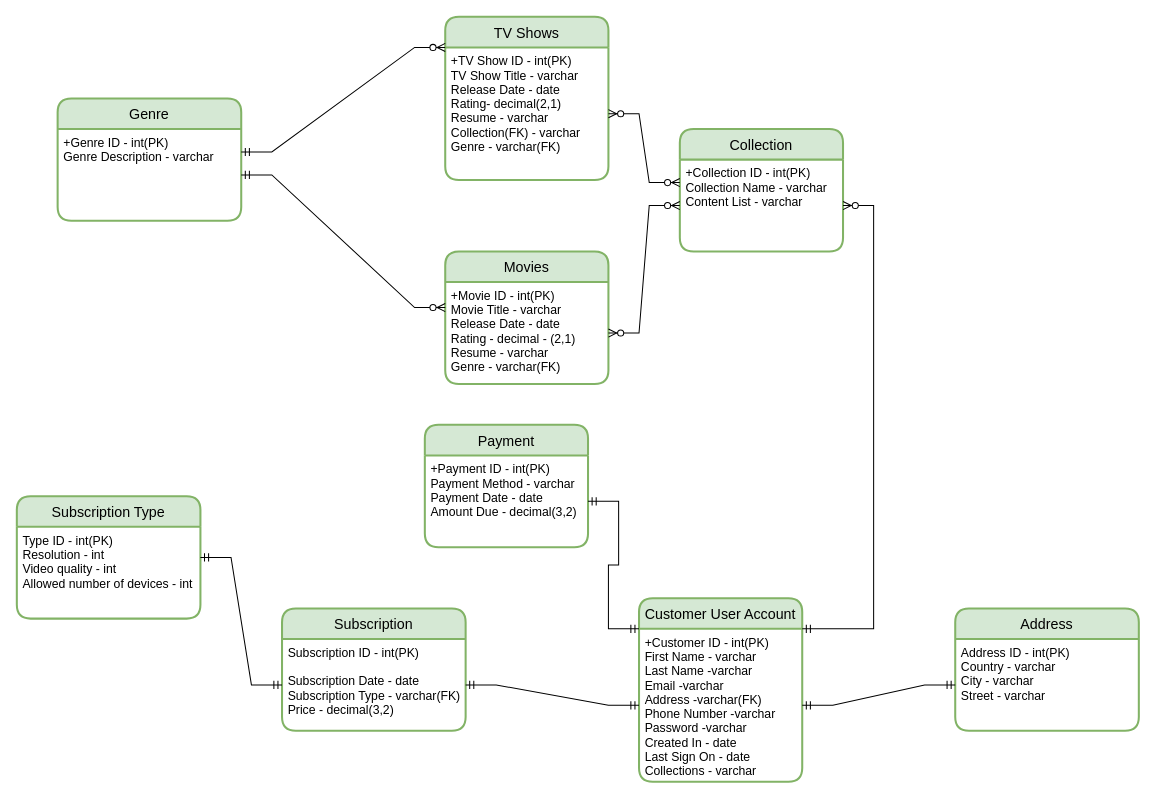
Before: Software Modeling/Netflix Logical Diagram.drawio in PlamenGospodinov/Exercises-Part-2, a draw.io diagram. Source tidied: cells renumbered, new cells numbered last; positions are measured from the earlier drawing's top-left corner, leaving out a move shared by most shapes. Both pictures are drawn from the tidied source at 102%, with x=0, y=0 at pixel (16, 16).
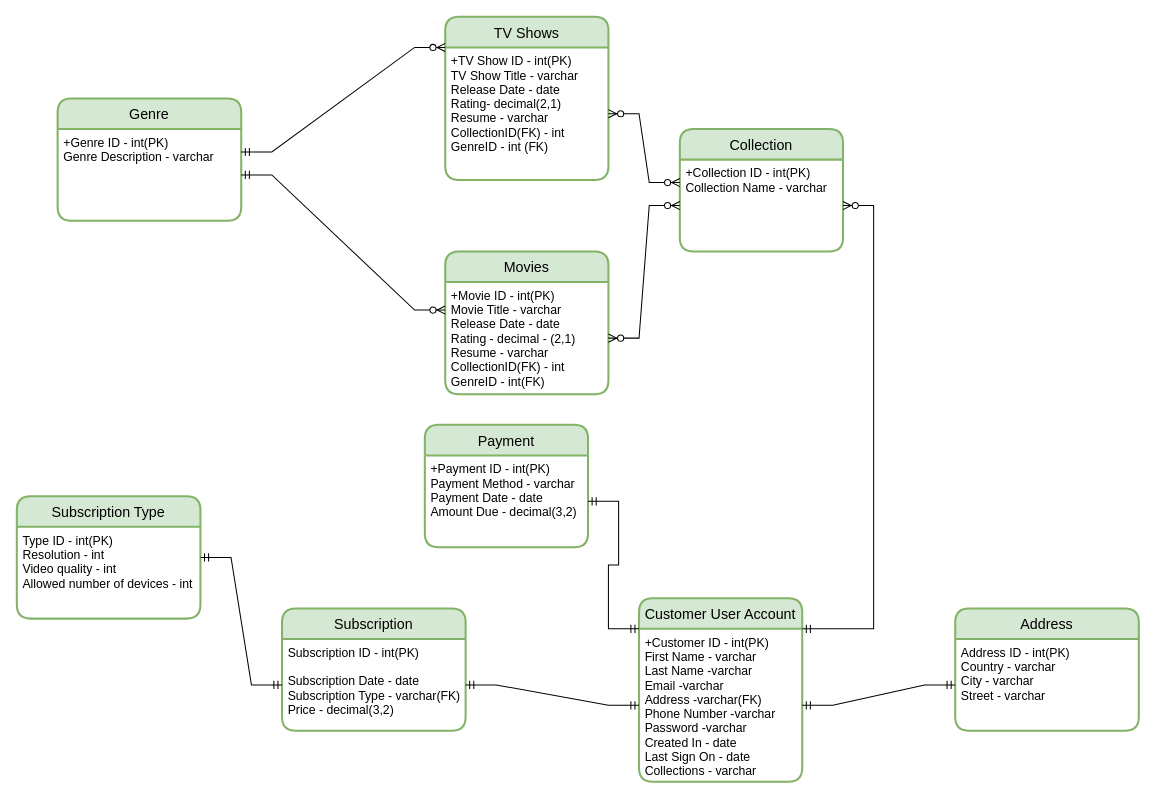
After the change.

The change refers to these unchanged cells:
```xml
<mxCell id="4" value="TV Shows" style="swimlane;horizontal=1;startSize=30;rounded=1;fontSize=14;fontStyle=0;strokeWidth=2;shadow=0;dashed=0;align=center;fillColor=#d5e8d4;strokeColor=#82b366;" parent="1" vertex="1">
  <mxGeometry x="420" width="160" height="160" as="geometry" />
</mxCell>
<mxCell id="10" value="Collection" style="swimlane;horizontal=1;startSize=30;rounded=1;fontSize=14;fontStyle=0;strokeWidth=2;shadow=0;dashed=0;align=center;fillColor=#d5e8d4;strokeColor=#82b366;" parent="1" vertex="1">
  <mxGeometry x="650" y="110" width="160" height="120" as="geometry" />
</mxCell>
```

The edit, as a diff of the source:
```diff
@@
-    <mxCell id="5" value="+TV Show ID - int(PK)&#10;TV Show Title - varchar&#10;Release Date - date&#10;Rating- decimal(2,1)&#10;Resume - varchar&#10;Collection(FK) - varchar&#10;Genre - varchar(FK)&#10;&#10;&#10;" style="align=left;strokeColor=none;fillColor=none;spacingLeft=4;fontSize=12;verticalAlign=top;" parent="4" vertex="1">
+    <mxCell id="5" value="+TV Show ID - int(PK)&#10;TV Show Title - varchar&#10;Release Date - date&#10;Rating- decimal(2,1)&#10;Resume - varchar&#10;CollectionID(FK) - int&#10;GenreID - int (FK)&#10;&#10;&#10;" style="align=left;strokeColor=none;fillColor=none;spacingLeft=4;fontSize=12;verticalAlign=top;" parent="4" vertex="1">
       <mxGeometry y="30" width="160" height="130" as="geometry" />
     </mxCell>
     <mxCell id="6" value="Movies" style="swimlane;horizontal=1;startSize=30;rounded=1;fontSize=14;fontStyle=0;strokeWidth=2;shadow=0;dashed=0;align=center;fillColor=#d5e8d4;strokeColor=#82b366;" parent="1" vertex="1">
-      <mxGeometry x="420" y="230" width="160" height="130" as="geometry" />
+      <mxGeometry x="420" y="230" width="160" height="140" as="geometry" />
     </mxCell>
-    <mxCell id="7" value="+Movie ID - int(PK)&#10;Movie Title - varchar&#10;Release Date - date&#10;Rating - decimal - (2,1)&#10;Resume - varchar&#10;Genre - varchar(FK)&#10;&#10;" style="align=left;strokeColor=none;fillColor=none;spacingLeft=4;fontSize=12;verticalAlign=top;" parent="6" vertex="1">
-      <mxGeometry y="30" width="160" height="100" as="geometry" />
+    <mxCell id="7" value="+Movie ID - int(PK)&#10;Movie Title - varchar&#10;Release Date - date&#10;Rating - decimal - (2,1)&#10;Resume - varchar&#10;CollectionID(FK) - int &#10;GenreID - int(FK)&#10;&#10;" style="align=left;strokeColor=none;fillColor=none;spacingLeft=4;fontSize=12;verticalAlign=top;" parent="6" vertex="1">
+      <mxGeometry y="30" width="160" height="110" as="geometry" />
     </mxCell>
@@
-    <mxCell id="11" value="+Collection ID - int(PK)&#10;Collection Name - varchar&#10;Content List - varchar&#10;&#10;" style="align=left;strokeColor=none;fillColor=none;spacingLeft=4;fontSize=12;verticalAlign=top;" parent="10" vertex="1">
+    <mxCell id="11" value="+Collection ID - int(PK)&#10;Collection Name - varchar&#10;&#10;" style="align=left;strokeColor=none;fillColor=none;spacingLeft=4;fontSize=12;verticalAlign=top;" parent="10" vertex="1">
       <mxGeometry y="30" width="160" height="90" as="geometry" />
     </mxCell>
```
